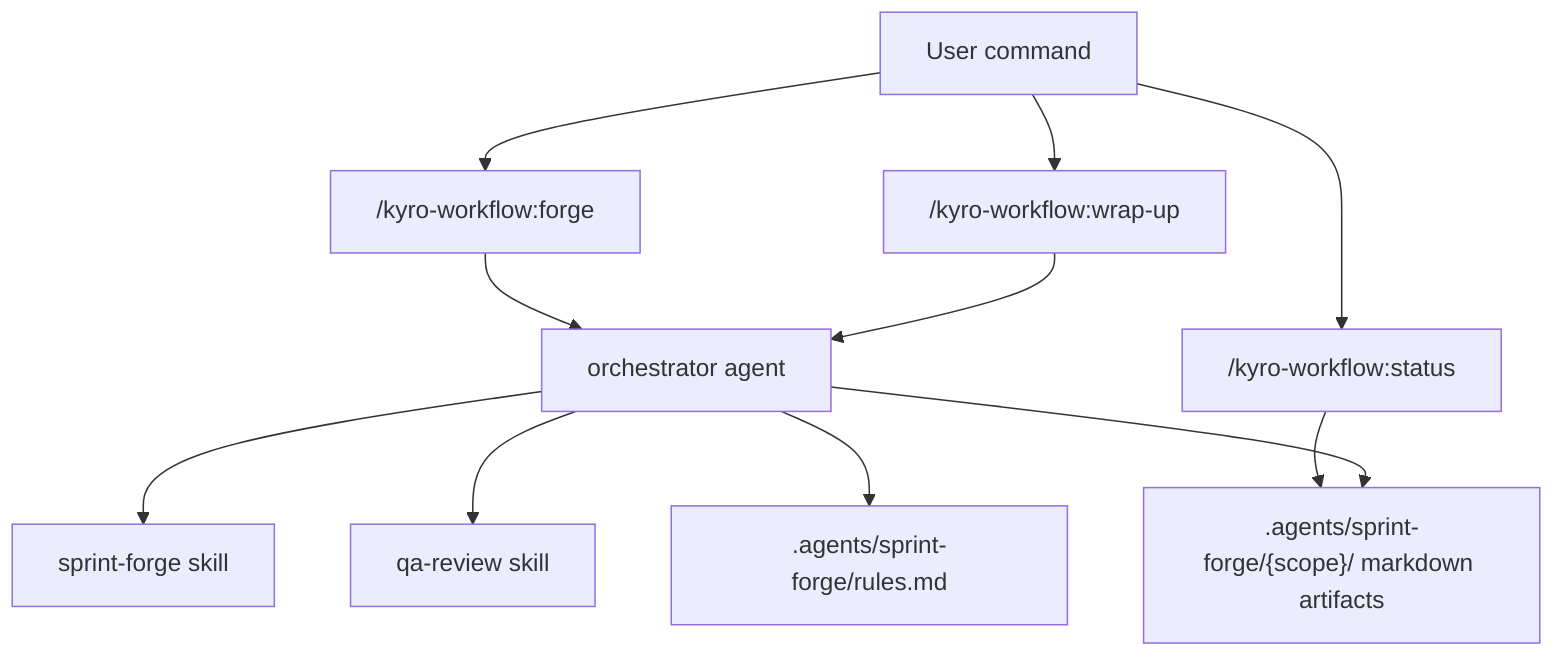
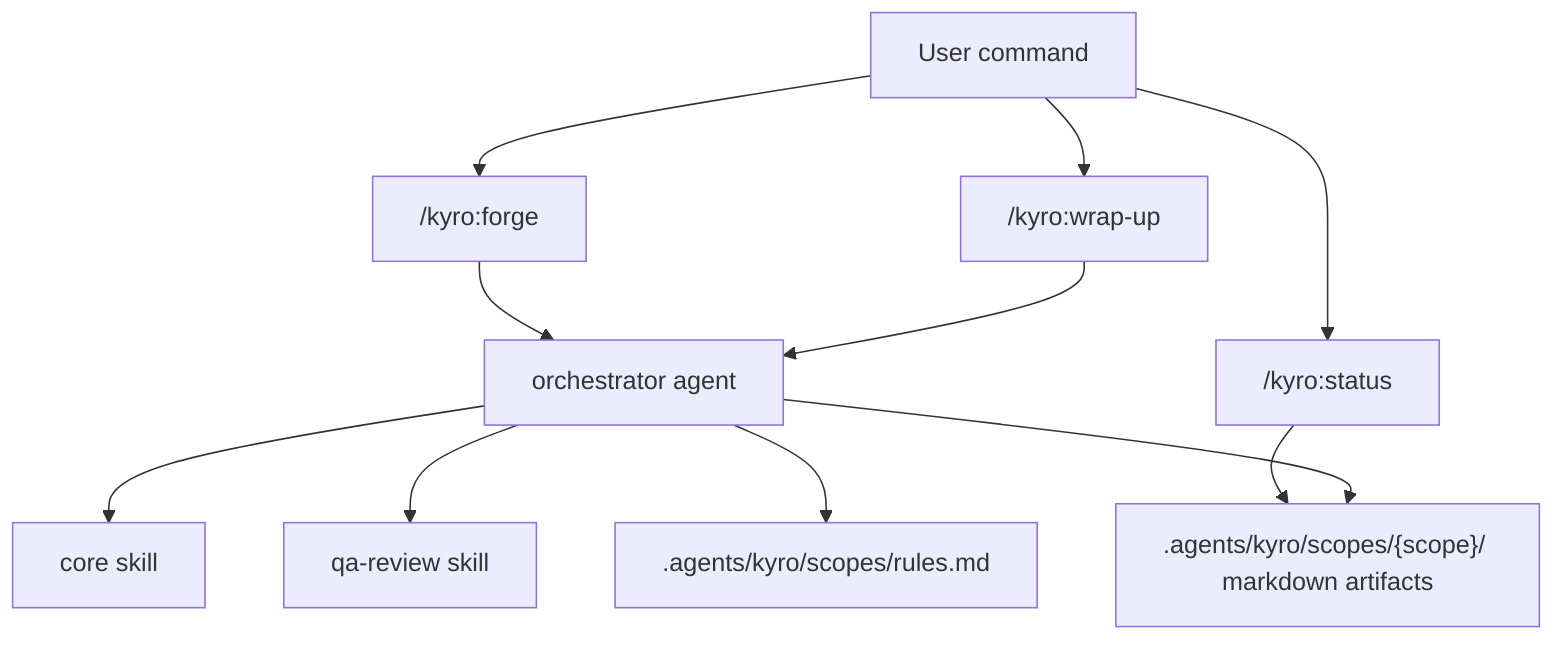
flowchart TD
    USER["User command"]
-     FORGE["/kyro-workflow:forge"]
-     STATUS["/kyro-workflow:status"]
-     WRAP["/kyro-workflow:wrap-up"]
+     FORGE["/kyro:forge"]
+     STATUS["/kyro:status"]
+     WRAP["/kyro:wrap-up"]
    ORCH["orchestrator agent"]
-     SPRINT["sprint-forge skill"]
+     SPRINT["core skill"]
    QA["qa-review skill"]
-     RULES[".agents/sprint-forge/rules.md"]
-     SCOPE[".agents/sprint-forge/{scope}/ markdown artifacts"]
+     RULES[".agents/kyro/scopes/rules.md"]
+     SCOPE[".agents/kyro/scopes/{scope}/ markdown artifacts"]

    USER --> FORGE
    USER --> STATUS
    USER --> WRAP
    FORGE --> ORCH
    WRAP --> ORCH
    STATUS --> SCOPE
    ORCH --> SPRINT
    ORCH --> QA
    ORCH --> RULES
    ORCH --> SCOPE
